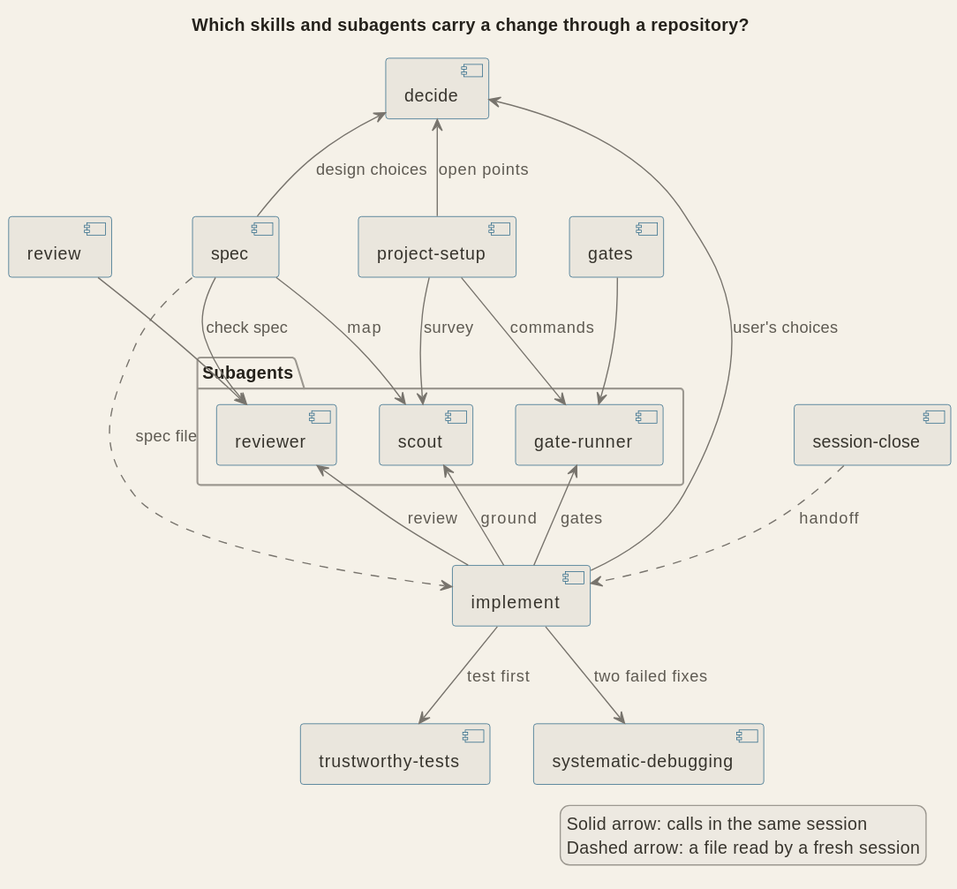
Earlier version of the PlantUML export docs/diagrams/arch_skills_workflow.svg (signorenne/dotagents). Source of this version:
```plantuml
@startuml
!include palette.iuml
title Which skills and subagents carry a change through a repository?

component "decide" as decide
component "gates" as gates
component "project-setup" as setup
component "spec" as spec
component "review" as review
package "Subagents" {
  component "gate-runner" as runner
  component "scout" as scout
  component "reviewer" as reviewer
}
component "session-close" as close
component "implement" as implement
component "trustworthy-tests" as tests
component "systematic-debugging" as debug

decide <-- setup : open points
decide <-- spec : design choices

gates --> runner
setup --> runner : commands
setup --> scout : survey
spec --> scout : map
spec --> reviewer : check spec
review --> reviewer

runner <-- implement : gates
scout <-- implement : ground
reviewer <-- implement : review
decide <-- implement : user's choices

spec ..> implement : spec file
close ..> implement : handoff
implement --> tests : test first
implement --> debug : two failed fixes

legend right
  Solid arrow: calls in the same session
  Dashed arrow: a file read by a fresh session
endlegend
@enduml
```
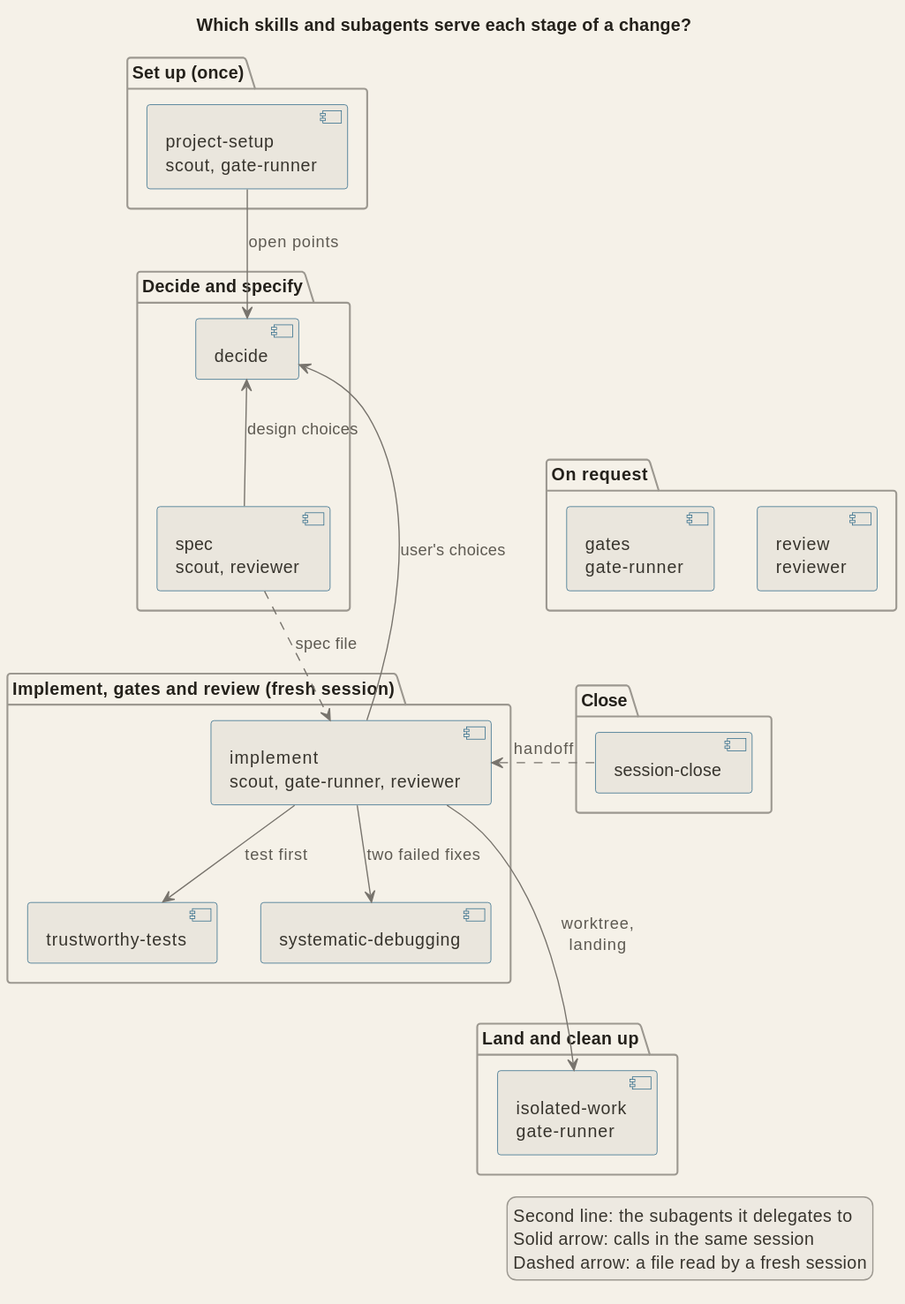
The same file after the commit.

Change to the diagram source:
```diff
@@ -1,43 +1,43 @@
 @startuml
 !include palette.iuml
-title Which skills and subagents carry a change through a repository?
+title Which skills and subagents serve each stage of a change?
 
-component "decide" as decide
-component "gates" as gates
-component "project-setup" as setup
-component "spec" as spec
-component "review" as review
-package "Subagents" {
-  component "gate-runner" as runner
-  component "scout" as scout
-  component "reviewer" as reviewer
+package "Set up (once)" {
+  component "project-setup\nscout, gate-runner" as setup
 }
-component "session-close" as close
-component "implement" as implement
-component "trustworthy-tests" as tests
-component "systematic-debugging" as debug
+package "Decide and specify" {
+  component "decide" as decide
+  component "spec\nscout, reviewer" as spec
+}
+package "Implement, gates and review (fresh session)" {
+  component "implement\nscout, gate-runner, reviewer" as implement
+  component "trustworthy-tests" as tests
+  component "systematic-debugging" as debug
+}
+package "On request" {
+  component "gates\ngate-runner" as gates
+  component "review\nreviewer" as review
+}
+package "Close" {
+  component "session-close" as close
+}
+package "Land and clean up" {
+  component "isolated-work\ngate-runner" as isolated
+}
 
-decide <-- setup : open points
-decide <-- spec : design choices
-
-gates --> runner
-setup --> runner : commands
-setup --> scout : survey
-spec --> scout : map
-spec --> reviewer : check spec
-review --> reviewer
-
-runner <-- implement : gates
-scout <-- implement : ground
-reviewer <-- implement : review
-decide <-- implement : user's choices
-
+setup --> decide : open points
+spec -up-> decide : design choices
 spec ..> implement : spec file
-close ..> implement : handoff
+implement -up-> decide : user's choices
 implement --> tests : test first
 implement --> debug : two failed fixes
+close .left.> implement : handoff
+implement ---> isolated : worktree,\nlanding
+spec -[hidden]right- gates
+gates -[hidden]right- review
 
 legend right
+  Second line: the subagents it delegates to
   Solid arrow: calls in the same session
   Dashed arrow: a file read by a fresh session
 endlegend
```
